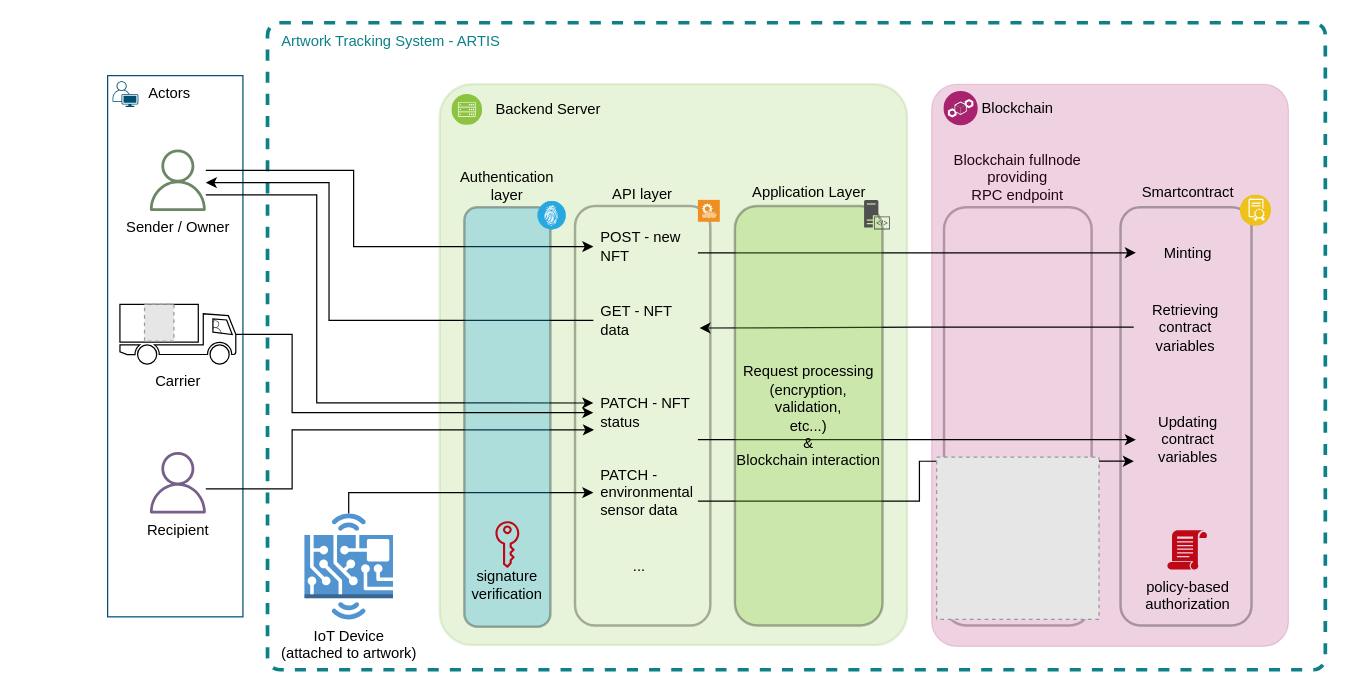
artis-project/artis-thesis keeps this draw.io diagram as diagrams/Architecture.drawio. Above is the earlier version. Source tidied: cells renumbered, new cells numbered last; positions are measured from the earlier drawing's top-left corner, leaving out a move shared by most shapes. Both pictures are drawn from the tidied source at 123%, with x=0, y=0 at pixel (107, 22). Pictures stored in the file or linked from it are replaced by grey dashed boxes.
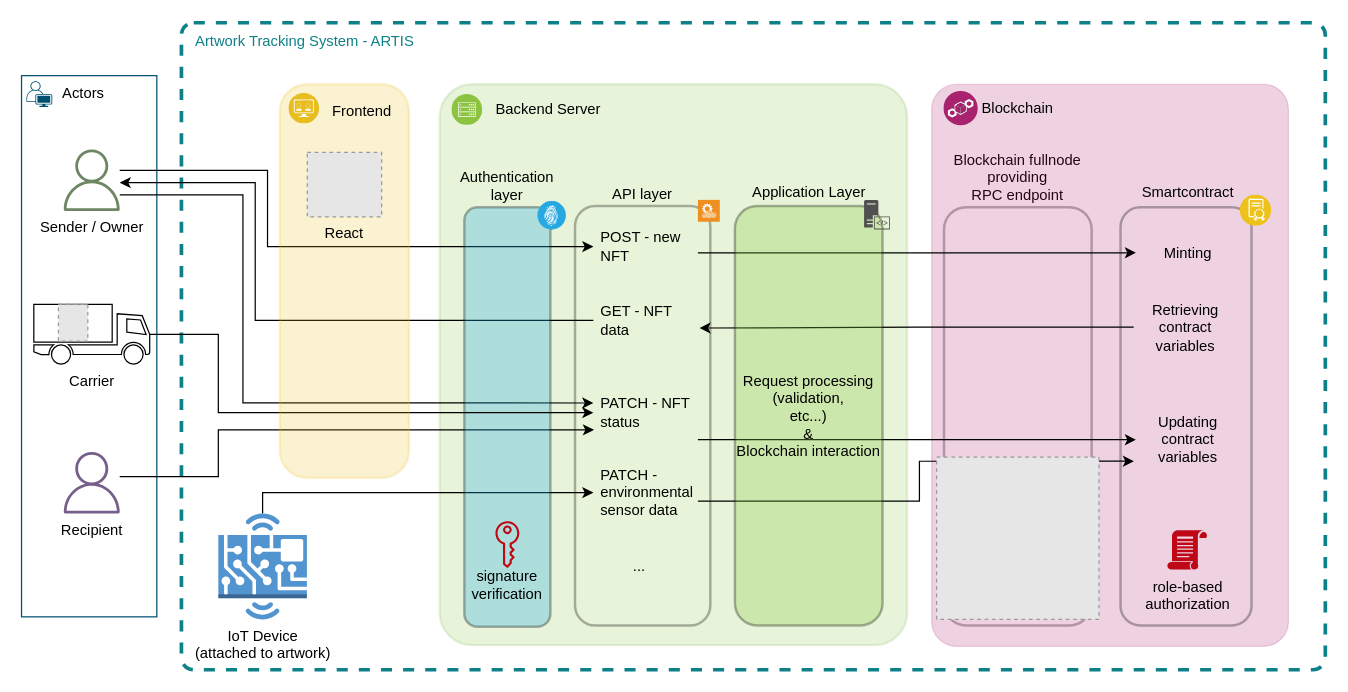
The same page after the edit.

Unchanged cells that the change refers to:
```xml
<mxCell id="11" value="PATCH - environmental sensor data" style="text;strokeColor=none;fillColor=none;align=left;verticalAlign=middle;spacingLeft=4;spacingRight=4;overflow=hidden;points=[[0,0.5],[1,0.5]];portConstraint=eastwest;whiteSpace=wrap;html=1;" parent="1" vertex="1">
  <mxGeometry x="394.9" y="352" width="85" height="60" as="geometry" />
</mxCell>
<mxCell id="13" value="POST - new NFT" style="text;strokeColor=none;fillColor=none;align=left;verticalAlign=middle;spacingLeft=4;spacingRight=4;overflow=hidden;points=[[0,0.5],[1,0.5]];portConstraint=eastwest;whiteSpace=wrap;html=1;" parent="1" vertex="1">
  <mxGeometry x="394.9" y="152" width="85" height="60" as="geometry" />
</mxCell>
<mxCell id="15" value="PATCH - NFT status" style="text;strokeColor=none;fillColor=none;align=left;verticalAlign=middle;spacingLeft=4;spacingRight=4;overflow=hidden;points=[[0,0.5],[1,0.5]];portConstraint=eastwest;whiteSpace=wrap;html=1;" parent="1" vertex="1">
  <mxGeometry x="394.9" y="287" width="85" height="60" as="geometry" />
</mxCell>
<mxCell id="16" value="GET - NFT data" style="text;strokeColor=none;fillColor=none;align=left;verticalAlign=middle;spacingLeft=4;spacingRight=4;overflow=hidden;points=[[0,0.5],[1,0.5]];portConstraint=eastwest;whiteSpace=wrap;html=1;" parent="1" vertex="1">
  <mxGeometry x="394.9" y="212" width="85" height="60" as="geometry" />
</mxCell>
```

Diff of the diagram source:
```diff
@@
     <mxCell id="3" style="html=1;align=center;verticalAlign=top;rounded=1;absoluteArcSize=1;arcSize=20;dashed=1;whiteSpace=wrap;fillColor=none;strokeColor=#0e8088;strokeWidth=3;" parent="1" vertex="1">
-      <mxGeometry x="130" width="860" height="526" as="geometry" />
+      <mxGeometry x="60" width="930" height="526" as="geometry" />
     </mxCell>
@@
     <mxCell id="6" style="rounded=0;whiteSpace=wrap;html=1;fillColor=none;strokeColor=#005073;" parent="1" vertex="1">
-      <mxGeometry y="43" width="110" height="440" as="geometry" />
+      <mxGeometry x="-70" y="43" width="110" height="440" as="geometry" />
     </mxCell>
     <mxCell id="7" value="Actors" style="text;html=1;align=center;verticalAlign=middle;strokeColor=none;fillColor=none;" parent="1" vertex="1">
-      <mxGeometry x="20" y="43" width="60" height="30" as="geometry" />
+      <mxGeometry x="-50" y="43" width="60" height="30" as="geometry" />
     </mxCell>
@@
     <mxCell id="17" style="edgeStyle=orthogonalEdgeStyle;rounded=0;jettySize=auto;html=1;entryX=0;entryY=0.5;entryDx=0;entryDy=0;fillColor=#6d8764;strokeColor=#000000;" parent="1" edge="1" source="20" target="13">
       <mxGeometry relative="1" as="geometry">
         <Array as="points">
-          <mxPoint x="200" y="120" />
-          <mxPoint x="200" y="182" />
+          <mxPoint x="130" y="120" />
+          <mxPoint x="130" y="182" />
         </Array>
       </mxGeometry>
     </mxCell>
     <mxCell id="18" style="edgeStyle=orthogonalEdgeStyle;rounded=0;jettySize=auto;html=1;entryX=0;entryY=0.369;entryDx=0;entryDy=0;fillColor=#6d8764;strokeColor=#000000;entryPerimeter=0;" parent="1" edge="1" source="20" target="15">
       <mxGeometry relative="1" as="geometry">
         <Array as="points">
-          <mxPoint x="170" y="140" />
-          <mxPoint x="170" y="309" />
+          <mxPoint x="110" y="140" />
+          <mxPoint x="110" y="309" />
         </Array>
       </mxGeometry>
     </mxCell>
     <mxCell id="19" style="edgeStyle=orthogonalEdgeStyle;rounded=0;jettySize=auto;html=1;entryX=0;entryY=0.5;entryDx=0;entryDy=0;fillColor=#6d8764;strokeColor=#000000;startArrow=classic;startFill=1;endArrow=none;endFill=0;" parent="1" edge="1" source="20" target="16">
       <mxGeometry relative="1" as="geometry">
         <Array as="points">
-          <mxPoint x="180" y="130" />
-          <mxPoint x="180" y="242" />
+          <mxPoint x="120" y="130" />
+          <mxPoint x="120" y="242" />
         </Array>
       </mxGeometry>
     </mxCell>
     <mxCell id="20" value="&lt;font color=&quot;#000000&quot;&gt;Sender / Owner&lt;/font&gt;" style="sketch=0;outlineConnect=0;fillColor=#6d8764;strokeColor=#3A5431;dashed=0;verticalLabelPosition=bottom;verticalAlign=top;align=center;html=1;fontSize=12;fontStyle=0;shape=mxgraph.aws4.user;fontColor=#ffffff;" parent="1" vertex="1">
-      <mxGeometry x="32.1" y="103" width="50" height="50" as="geometry" />
+      <mxGeometry x="-37.9" y="103" width="50" height="50" as="geometry" />
     </mxCell>
@@
     <mxCell id="24" style="edgeStyle=orthogonalEdgeStyle;rounded=0;jettySize=auto;html=1;" parent="1" edge="1" source="25" target="11">
       <mxGeometry relative="1" as="geometry">
         <Array as="points">
-          <mxPoint x="196" y="382" />
+          <mxPoint x="126" y="382" />
         </Array>
       </mxGeometry>
     </mxCell>
     <mxCell id="25" value="IoT Device&lt;br&gt;(attached to artwork)" style="outlineConnect=0;dashed=0;verticalLabelPosition=bottom;verticalAlign=top;align=center;html=1;shape=mxgraph.aws3.hardware_board;fillColor=#5294CF;gradientColor=none;labelPosition=center;" parent="1" vertex="1">
-      <mxGeometry x="160" y="399" width="72" height="86.1" as="geometry" />
+      <mxGeometry x="90" y="399" width="72" height="86.1" as="geometry" />
     </mxCell>
     <mxCell id="26" style="edgeStyle=orthogonalEdgeStyle;rounded=0;jettySize=auto;html=1;entryX=0.006;entryY=0.733;entryDx=0;entryDy=0;entryPerimeter=0;strokeColor=#000000;" parent="1" edge="1" source="27" target="15">
       <mxGeometry relative="1" as="geometry">
         <Array as="points">
-          <mxPoint x="150" y="379" />
-          <mxPoint x="150" y="331" />
+          <mxPoint x="90" y="369" />
+          <mxPoint x="90" y="331" />
         </Array>
       </mxGeometry>
     </mxCell>
     <mxCell id="27" value="&lt;font color=&quot;#000000&quot;&gt;Recipient&lt;br&gt;&lt;/font&gt;" style="sketch=0;outlineConnect=0;fontColor=#ffffff;fillColor=#76608a;strokeColor=#432D57;dashed=0;verticalLabelPosition=bottom;verticalAlign=top;align=center;html=1;fontSize=12;fontStyle=0;shape=mxgraph.aws4.user;" parent="1" vertex="1">
-      <mxGeometry x="32.1" y="349" width="50" height="50" as="geometry" />
+      <mxGeometry x="-37.9" y="349" width="50" height="50" as="geometry" />
     </mxCell>
@@
     <mxCell id="31" value="&lt;font color=&quot;#0d8088&quot;&gt;Artwork Tracking System - ARTIS&lt;/font&gt;" style="text;html=1;align=center;verticalAlign=middle;strokeColor=#0e8088;fillColor=#b0e3e6;opacity=0;" parent="1" vertex="1">
-      <mxGeometry x="130" width="200" height="30" as="geometry" />
+      <mxGeometry x="60" width="200" height="30" as="geometry" />
     </mxCell>
@@
     <mxCell id="35" style="verticalLabelPosition=bottom;sketch=0;html=1;verticalAlign=top;align=center;shape=mxgraph.cisco19.user;fillColor=#005073;strokeColor=none;" parent="1" vertex="1">
-      <mxGeometry x="4" y="47.5" width="21" height="21" as="geometry" />
+      <mxGeometry x="-66" y="47.5" width="21" height="21" as="geometry" />
     </mxCell>
@@
-    <mxCell id="40" style="group;fillColor=none;strokeColor=none;" parent="1" vertex="1">
-      <mxGeometry x="10" y="229" width="94.2" height="48.5" as="geometry" />
-    </mxCell>
-    <mxCell id="41" style="sketch=0;fontColor=#232F3E;gradientColor=none;fillColor=#232F3D;strokeColor=none;dashed=0;verticalLabelPosition=bottom;verticalAlign=top;align=center;html=1;fontSize=12;fontStyle=0;shape=mxgraph.aws4.user;" parent="40" vertex="1">
-      <mxGeometry x="71.9" y="13" width="11.4" height="11.4" as="geometry" />
-    </mxCell>
-    <mxCell id="42" value="Carrier" style="shape=mxgraph.signs.transportation.truck_1;html=1;fillColor=default;strokeColor=default;verticalLabelPosition=bottom;verticalAlign=top;align=center;strokeWidth=1;shadow=0;flipH=1;" parent="40" vertex="1">
-      <mxGeometry width="94.2" height="48.5" as="geometry" />
-    </mxCell>
-    <mxCell id="43" style="fillColor=#E6E6E6;strokeColor=#999999;dashed=1;verticalLabelPosition=bottom;labelBackgroundColor=default;verticalAlign=top;" parent="40" vertex="1">
-      <mxGeometry x="20" width="23.9" height="29.9" as="geometry" />
-    </mxCell>
-    <mxCell id="44" value="policy-based&lt;br&gt;authorization" style="sketch=0;shadow=0;dashed=0;html=1;strokeColor=none;labelPosition=center;verticalLabelPosition=bottom;verticalAlign=top;align=center;fillColor=#BF0816;shape=mxgraph.mscae.intune.policy;" parent="1" vertex="1">
+    <mxCell id="44" value="role-based&lt;br&gt;authorization" style="sketch=0;shadow=0;dashed=0;html=1;strokeColor=none;labelPosition=center;verticalLabelPosition=bottom;verticalAlign=top;align=center;fillColor=#BF0816;shape=mxgraph.mscae.intune.policy;" parent="1" vertex="1">
       <mxGeometry x="861.6" y="412.6" width="32.4" height="32.4" as="geometry" />
     </mxCell>
@@
-    <mxCell id="48" value="Request processing&lt;br&gt;(encryption, validation,&lt;br&gt;etc...)&lt;br&gt;&amp;amp;&lt;br&gt;Blockchain interaction" style="rounded=1;whiteSpace=wrap;html=1;fillColor=#8dc542;opacity=30;strokeWidth=2;" parent="1" vertex="1">
+    <mxCell id="48" value="Request processing&lt;br&gt;(validation,&lt;br&gt;etc...)&lt;br&gt;&amp;amp;&lt;br&gt;Blockchain interaction" style="rounded=1;whiteSpace=wrap;html=1;fillColor=#8dc542;opacity=30;strokeWidth=2;" parent="1" vertex="1">
       <mxGeometry x="510" y="149" width="120" height="341" as="geometry" />
     </mxCell>
@@
-    <mxCell id="51" style="edgeStyle=orthogonalEdgeStyle;rounded=0;jettySize=auto;html=1;entryX=0;entryY=0.5;entryDx=0;entryDy=0;" parent="1" edge="1" source="42" target="15">
+    <mxCell id="51" style="edgeStyle=orthogonalEdgeStyle;rounded=0;jettySize=auto;html=1;entryX=0;entryY=0.5;entryDx=0;entryDy=0;" parent="1" edge="1" target="15">
       <mxGeometry relative="1" as="geometry">
+        <mxPoint x="34.2" y="253.3" as="sourcePoint" />
         <Array as="points">
-          <mxPoint x="150" y="253" />
-          <mxPoint x="150" y="317" />
+          <mxPoint x="90" y="253" />
+          <mxPoint x="90" y="317" />
         </Array>
       </mxGeometry>
     </mxCell>
@@
+    <mxCell id="53" style="rounded=1;whiteSpace=wrap;html=1;fillColor=#e8bd1f;strokeColor=#e8bd1f;opacity=20;arcSize=21;strokeWidth=2;" parent="1" vertex="1">
+      <mxGeometry x="140" y="50" width="105" height="320" as="geometry" />
+    </mxCell>
+    <mxCell id="54" value="Frontend" style="image;perimeter=ellipsePerimeter;html=1;align=left;shadow=0;dashed=0;fontColor=#000000;labelBackgroundColor=none;fontSize=12;spacingTop=3;image=img/lib/ibm/applications/api_developer_portal.svg;labelPosition=right;verticalLabelPosition=middle;verticalAlign=middle;spacingLeft=8;" parent="1" vertex="1">
+      <mxGeometry x="147.5" y="57.5" width="25" height="25" as="geometry" />
+    </mxCell>
+    <mxCell id="55" value="React" style="fillColor=#E6E6E6;strokeColor=#999999;dashed=1;verticalLabelPosition=bottom;labelBackgroundColor=none;verticalAlign=top;" parent="1" vertex="1">
+      <mxGeometry x="162.3" y="105.4" width="60.5" height="52.5" as="geometry" />
+    </mxCell>
+    <mxCell id="42" value="Carrier" style="shape=mxgraph.signs.transportation.truck_1;html=1;fillColor=default;strokeColor=default;verticalLabelPosition=bottom;verticalAlign=top;align=center;strokeWidth=1;shadow=0;flipH=1;" parent="1" vertex="1">
+      <mxGeometry x="-60" y="229" width="94.2" height="48.5" as="geometry" />
+    </mxCell>
+    <mxCell id="56" style="fillColor=#E6E6E6;strokeColor=#999999;dashed=1;verticalLabelPosition=bottom;labelBackgroundColor=default;verticalAlign=top;" parent="1" vertex="1">
+      <mxGeometry x="-40" y="229" width="23.9" height="29.9" as="geometry" />
+    </mxCell>
```
